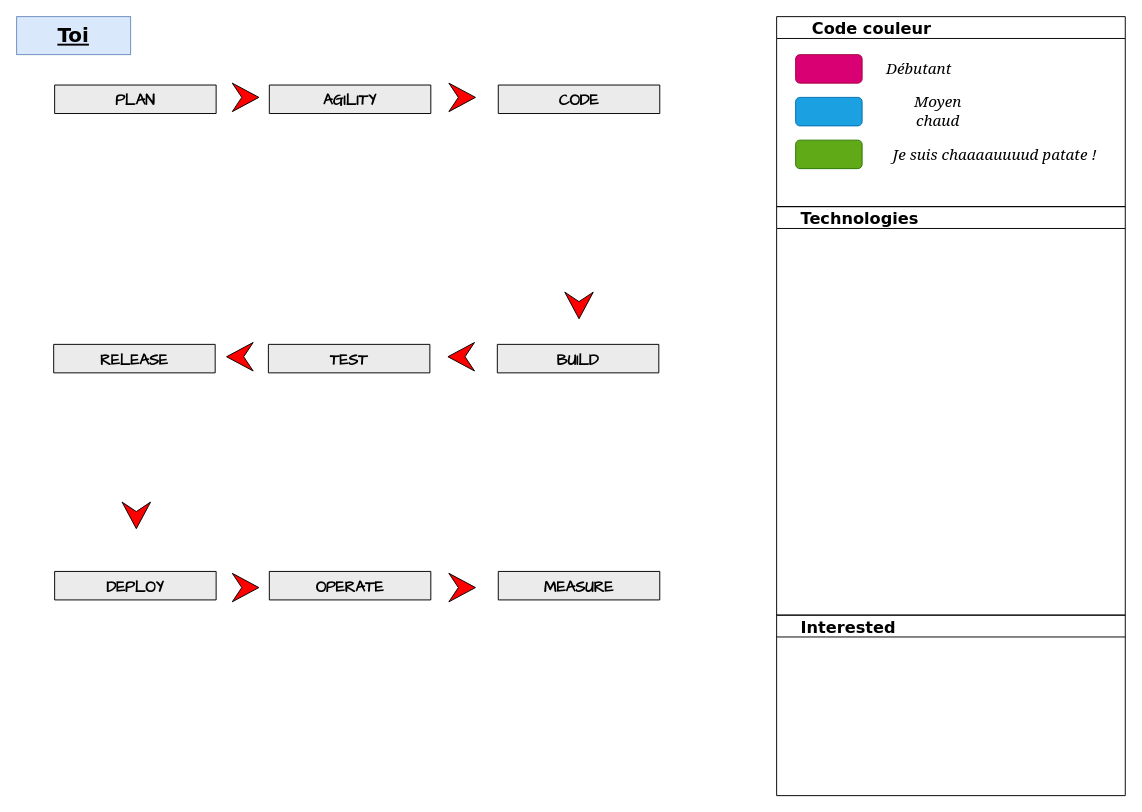
The draw.io diagram skills.drawio in teolia/TeoSchool_skills, before the edit. Source tidied: cells renumbered, new cells numbered last; positions are measured from the earlier drawing's top-left corner, leaving out a move shared by most shapes. Both pictures are drawn from the tidied source at 95%, with x=0, y=0 at pixel (16, 16).
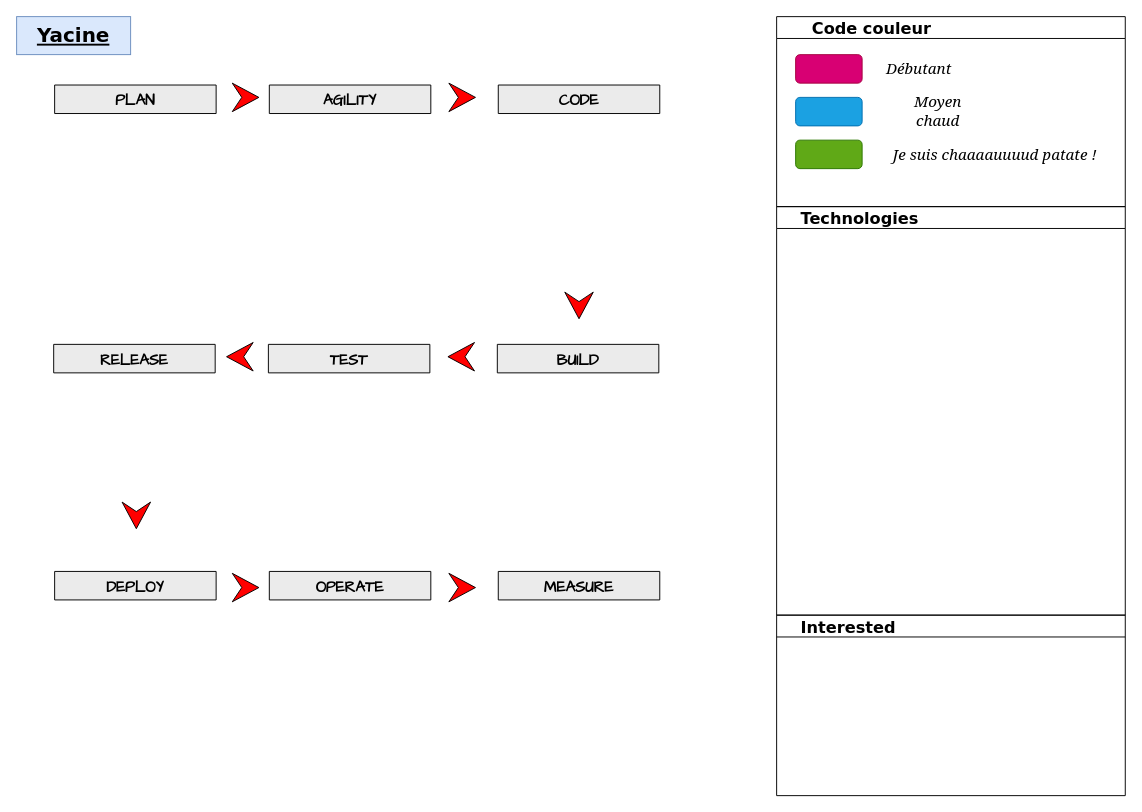
After the change.

Commit message:
Mettre à jour skills.drawio

The edit, as a diff of the source:
```diff
@@
-    <mxCell id="2" value="Toi" style="rounded=0;whiteSpace=wrap;html=1;labelBackgroundColor=none;fontFamily=Verdana;fontSize=21;fillColor=#dae8fc;fontStyle=5;strokeColor=#6c8ebf;" parent="1" vertex="1">
+    <mxCell id="2" value="Yacine" style="rounded=0;whiteSpace=wrap;html=1;labelBackgroundColor=none;fontFamily=Verdana;fontSize=21;fillColor=#dae8fc;fontStyle=5;strokeColor=#6c8ebf;" parent="1" vertex="1">
       <mxGeometry width="120" height="40" as="geometry" />
     </mxCell>
```
